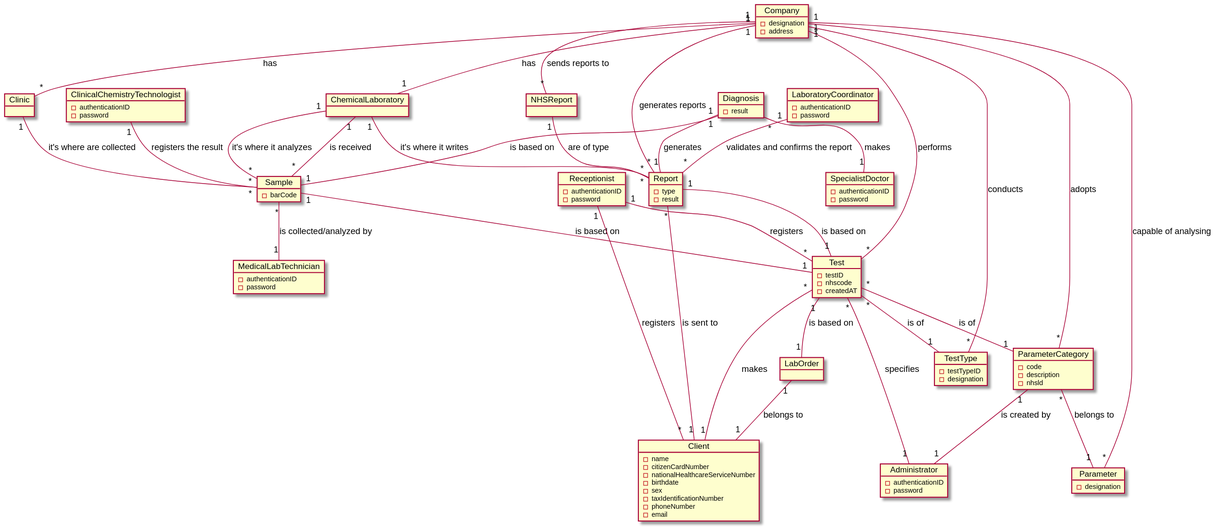
Before: docs/SprintA/domainModel.svg, a diagram exported from PlantUML (jsmarques98/LAPR2-ISEP).
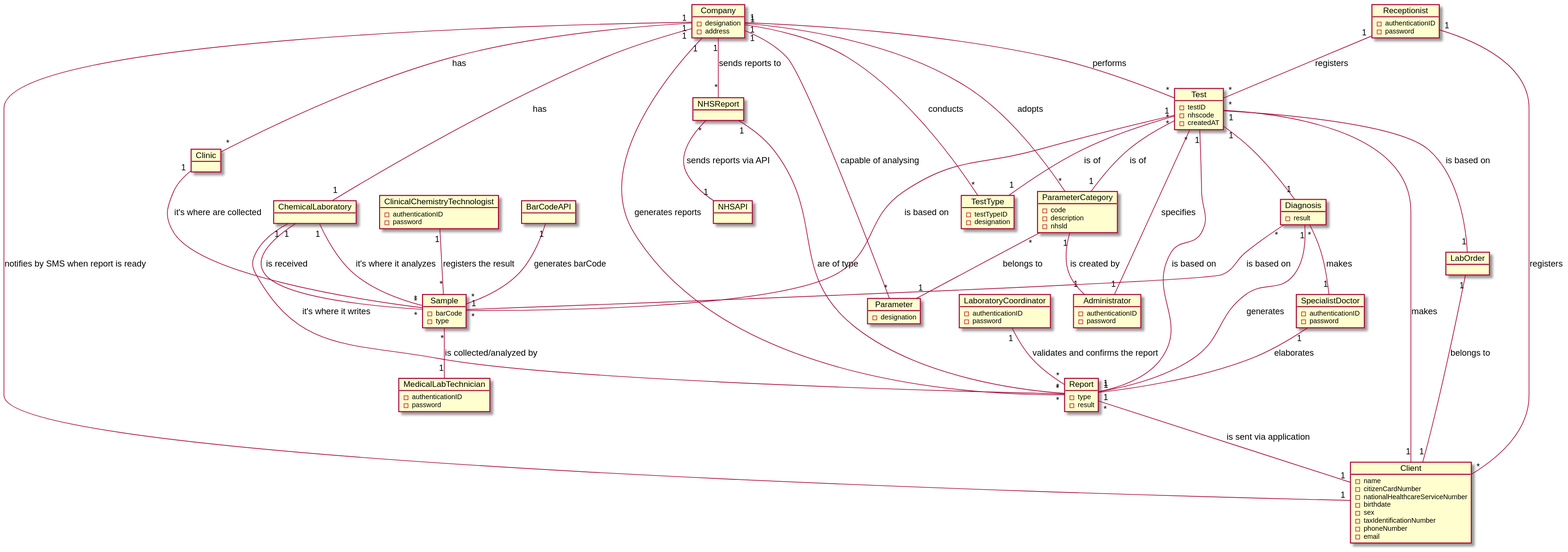
After the change.

Commit message:
Update of the domain model

Change to the diagram source:
```diff
@@ -40,7 +40,7 @@
 
 object Sample{
 -barCode
-
+-type
 }
 
 object Report{
@@ -98,6 +98,12 @@
 object NHSReport{
 }
 
+object BarCodeAPI{
+}
+
+object NHSAPI{
+}
+
 Company "1" -- "*" TestType : conducts
 Company "1" -- "*" Test : performs
 Company "1" -- "*" Clinic : has
@@ -112,15 +118,17 @@
 Test "*" -- "1" Client : makes
 Test "*" -- "1" ParameterCategory : is of
 Test "*" -- "1" TestType : is of
+Test "1" -- "1" Diagnosis
 
 Sample "*" -- "1" MedicalLabTechnician : is collected/analyzed by
-Sample "1" -- "1" Test : is based on
+Sample "*" -- "1" Test : is based on
 
 Diagnosis "*" -- "1" SpecialistDoctor : makes
+SpecialistDoctor "1" -- "1" Report : elaborates
 Diagnosis "1" -- "1" Report : generates
-Diagnosis "1" -- "1" Sample : is based on
+Diagnosis "*" -- "1" Sample : is based on
 Report "1" -- "1" Test : is based on
-Report "*" -- "1" Client : is sent to
+Report "*" -- "1" Client : is sent via application
 Administrator "1" -- "*" Test : specifies
 Receptionist "1" -- "*" Client : registers
 Receptionist "1" -- "*" Test : registers
@@ -130,13 +138,16 @@
 ChemicalLaboratory "1" -- "*" Sample : it's where it analyzes
 ChemicalLaboratory "1" -- "*" Report : it's where it writes
 Clinic "1" -- "*" Sample : it's where are collected
+Company "1" -- "1" Client : notifies by SMS when report is ready
 
 Company "1" -- "*" Report : generates reports
 NHSReport "1" -- "*" Report : are of type
 Company "1" -- "*" NHSReport : sends reports to
+NHSReport "*" -- "1" NHSAPI : sends reports via API
 LabOrder "1" -- "1" Client : belongs to
 
 Test "1" -- "1" LabOrder : is based on
+BarCodeAPI "1" -- "*" Sample : generates barCode
 
 
 @enduml
```
